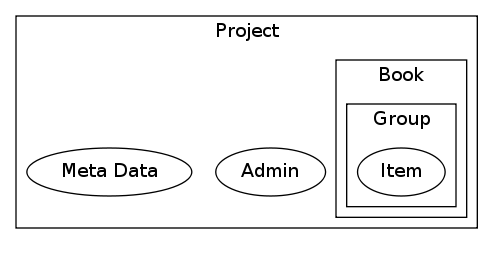
Before: docs/wiki/Specifications/diagram_02.png, a diagram exported from Graphviz (sillsdevarchive/ptxplus). Its source is kept beside it as docs/wiki/Specifications/diagram_02.dot.
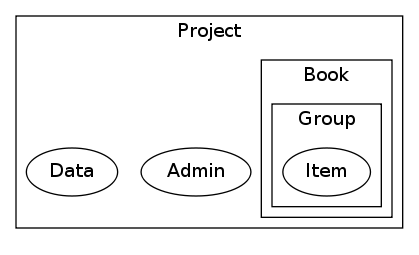
After the change.

The edit, as a diff of the source:
```diff
@@ -1,7 +1,7 @@
 graph A {
 	subgraph clusterA {
 		label="Project";
-		Admin "Meta Data";
+		Admin Data;
 		subgraph clusterB {
 			label="Book";
 			subgraph clusterC {
```
